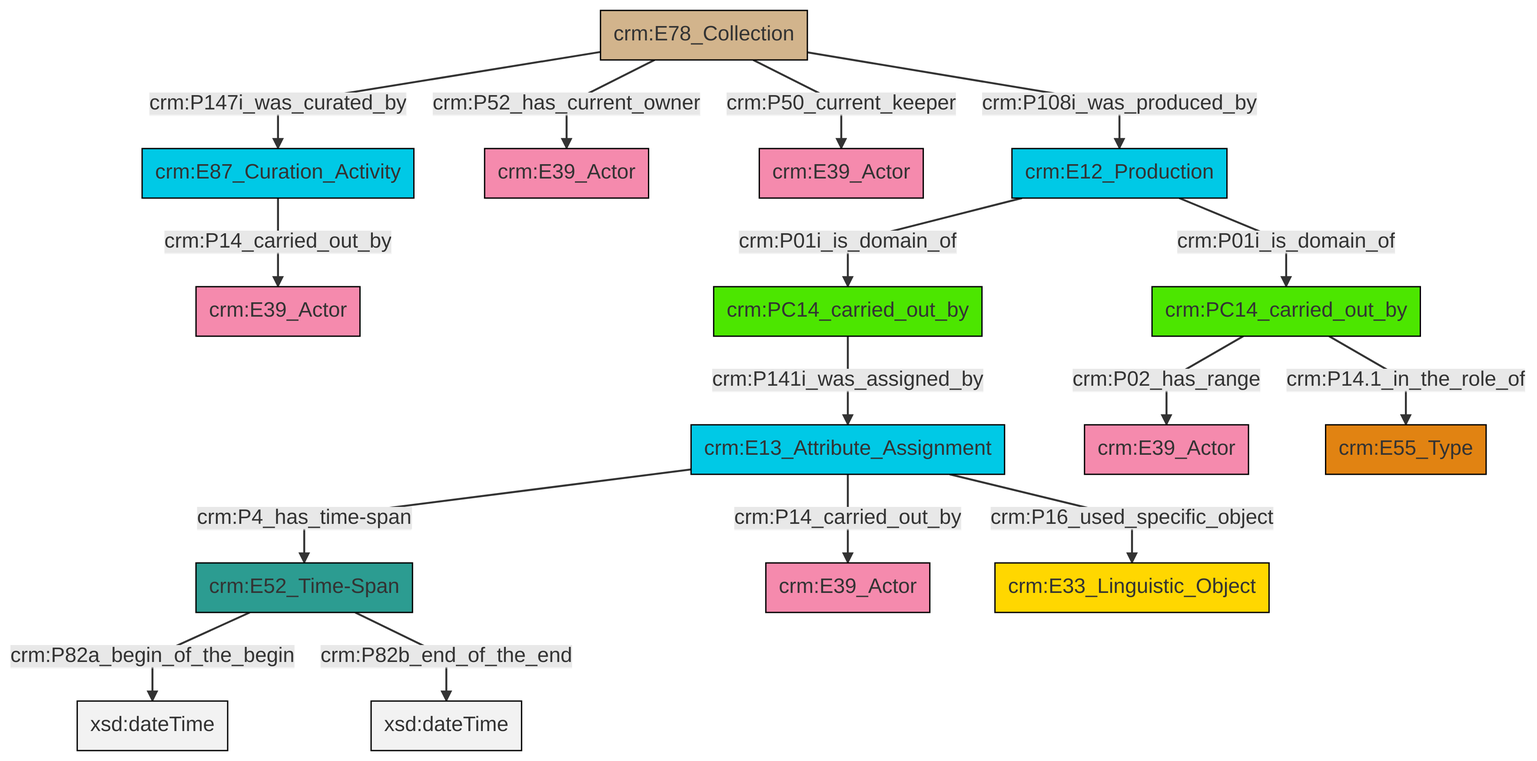
This is et/archivalCSV/ttl/mmd/png/archival_relation.png from swiss-art-research-net/docs.swissartresearch, a Mermaid export, as it was before one commit. Its source is kept beside it as et/archivalCSV/ttl/mmd/archival_relation.ttl.mmd.
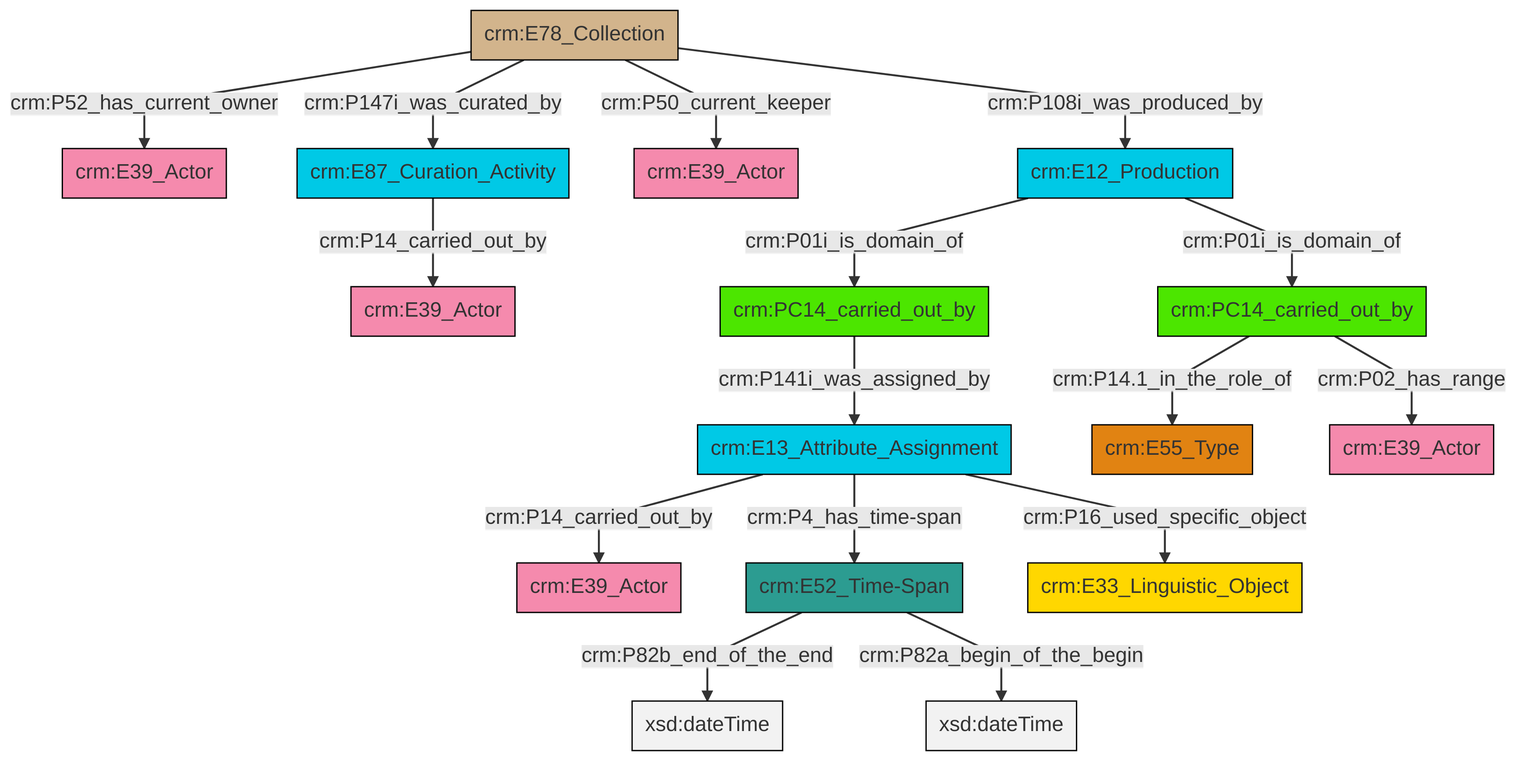
The same file after the commit.

Change to the diagram source:
```diff
@@ -13,18 +13,18 @@
 classDef PC_Classes fill:#4ce600, stroke:#000000;
 classDef Multi fill:#cccccc,stroke:#000000;
 
-6["crm:E52_Time-Span"]:::Time-Span -->|crm:P82a_begin_of_the_begin| 7[xsd:dateTime]:::Literal
-6["crm:E52_Time-Span"]:::Time-Span -->|crm:P82b_end_of_the_end| 8[xsd:dateTime]:::Literal
-11["crm:E13_Attribute_Assignment"]:::Temporal_Entity -->|crm:P4_has_time-span| 6["crm:E52_Time-Span"]:::Time-Span
-11["crm:E13_Attribute_Assignment"]:::Temporal_Entity -->|crm:P14_carried_out_by| 9["crm:E39_Actor"]:::Actor
-20["crm:E12_Production"]:::Temporal_Entity -->|crm:P01i_is_domain_of| 4["crm:PC14_carried_out_by"]:::PC_Classes
-20["crm:E12_Production"]:::Temporal_Entity -->|crm:P01i_is_domain_of| 27["crm:PC14_carried_out_by"]:::PC_Classes
-11["crm:E13_Attribute_Assignment"]:::Temporal_Entity -->|crm:P16_used_specific_object| 24["crm:E33_Linguistic_Object"]:::Conceptual_Object
-4["crm:PC14_carried_out_by"]:::PC_Classes -->|crm:P141i_was_assigned_by| 11["crm:E13_Attribute_Assignment"]:::Temporal_Entity
-0["crm:E78_Collection"]:::Physical_Thing -->|crm:P147i_was_curated_by| 14["crm:E87_Curation_Activity"]:::Temporal_Entity
-0["crm:E78_Collection"]:::Physical_Thing -->|crm:P52_has_current_owner| 16["crm:E39_Actor"]:::Actor
-27["crm:PC14_carried_out_by"]:::PC_Classes -->|crm:P02_has_range| 2["crm:E39_Actor"]:::Actor
-0["crm:E78_Collection"]:::Physical_Thing -->|crm:P50_current_keeper| 21["crm:E39_Actor"]:::Actor
-0["crm:E78_Collection"]:::Physical_Thing -->|crm:P108i_was_produced_by| 20["crm:E12_Production"]:::Temporal_Entity
-14["crm:E87_Curation_Activity"]:::Temporal_Entity -->|crm:P14_carried_out_by| 18["crm:E39_Actor"]:::Actor
-27["crm:PC14_carried_out_by"]:::PC_Classes -->|crm:P14.1_in_the_role_of| 12["crm:E55_Type"]:::Type
+2["crm:E87_Curation_Activity"]:::Temporal_Entity -->|crm:P14_carried_out_by| 3["crm:E39_Actor"]:::Actor
+7["crm:E78_Collection"]:::Physical_Thing -->|crm:P50_current_keeper| 4["crm:E39_Actor"]:::Actor
+10["crm:E13_Attribute_Assignment"]:::Temporal_Entity -->|crm:P14_carried_out_by| 8["crm:E39_Actor"]:::Actor
+12["crm:PC14_carried_out_by"]:::PC_Classes -->|crm:P141i_was_assigned_by| 10["crm:E13_Attribute_Assignment"]:::Temporal_Entity
+13["crm:E52_Time-Span"]:::Time-Span -->|crm:P82b_end_of_the_end| 14[xsd:dateTime]:::Literal
+7["crm:E78_Collection"]:::Physical_Thing -->|crm:P147i_was_curated_by| 2["crm:E87_Curation_Activity"]:::Temporal_Entity
+10["crm:E13_Attribute_Assignment"]:::Temporal_Entity -->|crm:P16_used_specific_object| 15["crm:E33_Linguistic_Object"]:::Conceptual_Object
+18["crm:E12_Production"]:::Temporal_Entity -->|crm:P01i_is_domain_of| 12["crm:PC14_carried_out_by"]:::PC_Classes
+7["crm:E78_Collection"]:::Physical_Thing -->|crm:P52_has_current_owner| 0["crm:E39_Actor"]:::Actor
+7["crm:E78_Collection"]:::Physical_Thing -->|crm:P108i_was_produced_by| 18["crm:E12_Production"]:::Temporal_Entity
+19["crm:PC14_carried_out_by"]:::PC_Classes -->|crm:P14.1_in_the_role_of| 20["crm:E55_Type"]:::Type
+13["crm:E52_Time-Span"]:::Time-Span -->|crm:P82a_begin_of_the_begin| 23[xsd:dateTime]:::Literal
+10["crm:E13_Attribute_Assignment"]:::Temporal_Entity -->|crm:P4_has_time-span| 13["crm:E52_Time-Span"]:::Time-Span
+19["crm:PC14_carried_out_by"]:::PC_Classes -->|crm:P02_has_range| 27["crm:E39_Actor"]:::Actor
+18["crm:E12_Production"]:::Temporal_Entity -->|crm:P01i_is_domain_of| 19["crm:PC14_carried_out_by"]:::PC_Classes
```
